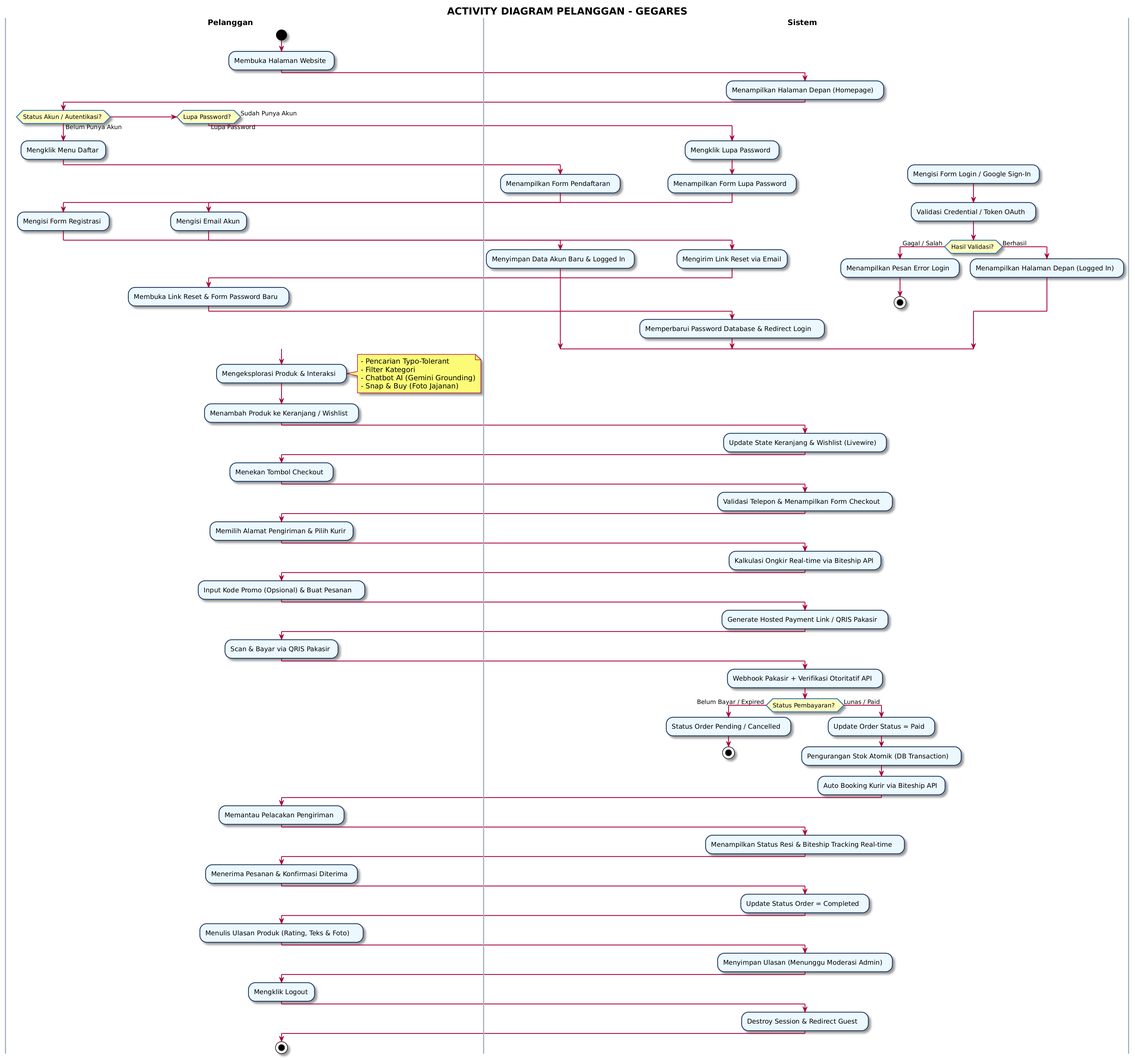
Before: diagrams/activity_diagram_pelanggan.png, a diagram exported from PlantUML (greedykid/gegares_toko). Its source is kept beside it as activity_diagram_pelanggan.puml.
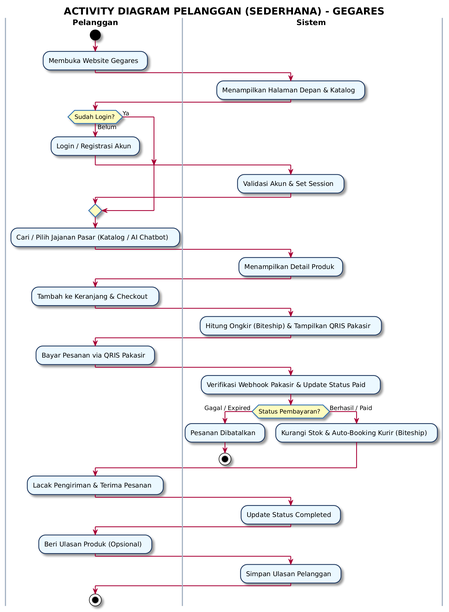
The same diagram one commit later.

Commit message:
docs(diagram): simplify activity diagrams for Pelanggan and Admin for cleaner skripsi presentation

The edit, as a diff of the source:
```diff
@@ -9,119 +9,60 @@
 skinparam SwimlaneTitleFontSize 14
 skinparam SwimlaneTitleFontStyle bold
 skinparam SwimlaneBorderColor #A0AEC0
-skinparam SwimlaneWidth 280
+skinparam SwimlaneWidth 260
 
-title **ACTIVITY DIAGRAM PELANGGAN - GEGARES**
+title **ACTIVITY DIAGRAM PELANGGAN (SEDERHANA) - GEGARES**
 
 |Pelanggan|
 start
-:Membuka Halaman Website;
+:Membuka Website Gegares;
 
 |Sistem|
-:Menampilkan Halaman Depan (Homepage);
+:Menampilkan Halaman Depan & Katalog;
 
 |Pelanggan|
-if (Status Akun / Autentikasi?) then (Belum Punya Akun)
-  :Mengklik Menu Daftar;
+if (Sudah Login?) then (Belum)
+  :Login / Registrasi Akun;
   |Sistem|
-  :Menampilkan Form Pendaftaran;
-  |Pelanggan|
-  :Mengisi Form Registrasi;
-  |Sistem|
-  :Menyimpan Data Akun Baru & Logged In;
-else if (Lupa Password?) then (Lupa Password)
-  :Mengklik Lupa Password;
-  |Sistem|
-  :Menampilkan Form Lupa Password;
-  |Pelanggan|
-  :Mengisi Email Akun;
-  |Sistem|
-  :Mengirim Link Reset via Email;
-  |Pelanggan|
-  :Membuka Link Reset & Form Password Baru;
-  |Sistem|
-  :Memperbarui Password Database & Redirect Login;
-else (Sudah Punya Akun)
-  :Mengisi Form Login / Google Sign-In;
-  |Sistem|
-  :Validasi Credential / Token OAuth;
-  if (Hasil Validasi?) then (Gagal / Salah)
-    :Menampilkan Pesan Error Login;
-    stop
-  else (Berhasil)
-    :Menampilkan Halaman Depan (Logged In);
-  endif
+  :Validasi Akun & Set Session;
+else (Ya)
 endif
 
 |Pelanggan|
-:Mengeksplorasi Produk & Interaksi;
-note right
-  - Pencarian Typo-Tolerant
-  - Filter Kategori
-  - Chatbot AI (Gemini Grounding)
-  - Snap & Buy (Foto Jajanan)
-end note
-
-:Menambah Produk ke Keranjang / Wishlist;
+:Cari / Pilih Jajanan Pasar (Katalog / AI Chatbot);
 
 |Sistem|
-:Update State Keranjang & Wishlist (Livewire);
+:Menampilkan Detail Produk;
 
 |Pelanggan|
-:Menekan Tombol Checkout;
+:Tambah ke Keranjang & Checkout;
 
 |Sistem|
-:Validasi Telepon & Menampilkan Form Checkout;
+:Hitung Ongkir (Biteship) & Tampilkan QRIS Pakasir;
 
 |Pelanggan|
-:Memilih Alamat Pengiriman & Pilih Kurir;
+:Bayar Pesanan via QRIS Pakasir;
 
 |Sistem|
-:Kalkulasi Ongkir Real-time via Biteship API;
-
-|Pelanggan|
-:Input Kode Promo (Opsional) & Buat Pesanan;
-
-|Sistem|
-:Generate Hosted Payment Link / QRIS Pakasir;
-
-|Pelanggan|
-:Scan & Bayar via QRIS Pakasir;
-
-|Sistem|
-:Webhook Pakasir + Verifikasi Otoritatif API;
-if (Status Pembayaran?) then (Belum Bayar / Expired)
-  :Status Order Pending / Cancelled;
+:Verifikasi Webhook Pakasir & Update Status Paid;
+if (Status Pembayaran?) then (Gagal / Expired)
+  :Pesanan Dibatalkan;
   stop
-else (Lunas / Paid)
-  :Update Order Status = Paid;
-  :Pengurangan Stok Atomik (DB Transaction);
-  :Auto Booking Kurir via Biteship API;
+else (Berhasil / Paid)
+  :Kurangi Stok & Auto-Booking Kurir (Biteship);
 endif
 
 |Pelanggan|
-:Memantau Pelacakan Pengiriman;
+:Lacak Pengiriman & Terima Pesanan;
 
 |Sistem|
-:Menampilkan Status Resi & Biteship Tracking Real-time;
+:Update Status Completed;
 
 |Pelanggan|
-:Menerima Pesanan & Konfirmasi Diterima;
+:Beri Ulasan Produk (Opsional);
 
 |Sistem|
-:Update Status Order = Completed;
-
-|Pelanggan|
-:Menulis Ulasan Produk (Rating, Teks & Foto);
-
-|Sistem|
-:Menyimpan Ulasan (Menunggu Moderasi Admin);
-
-|Pelanggan|
-:Mengklik Logout;
-
-|Sistem|
-:Destroy Session & Redirect Guest;
+:Simpan Ulasan Pelanggan;
 
 |Pelanggan|
 stop
```
